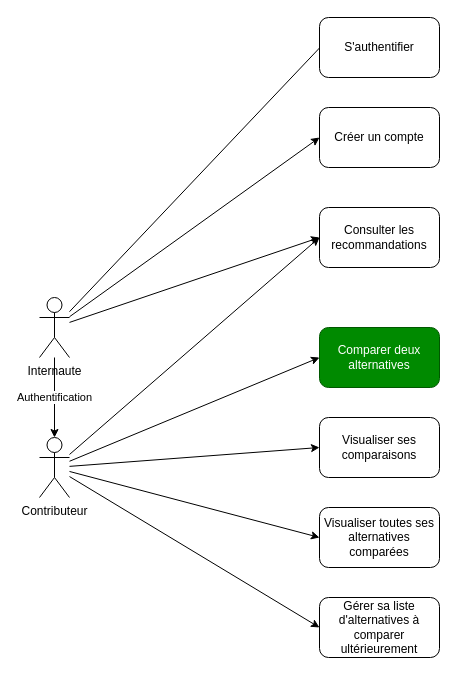
Before: usecase.drawio in cthiounn/ENSAE-stage2A-Tournesol, a draw.io diagram. Source tidied: cells renumbered, new cells numbered last; positions are measured from the earlier drawing's top-left corner, leaving out a move shared by most shapes. Both pictures are drawn from the tidied source at 100%, with x=0, y=0 at pixel (39, 17).
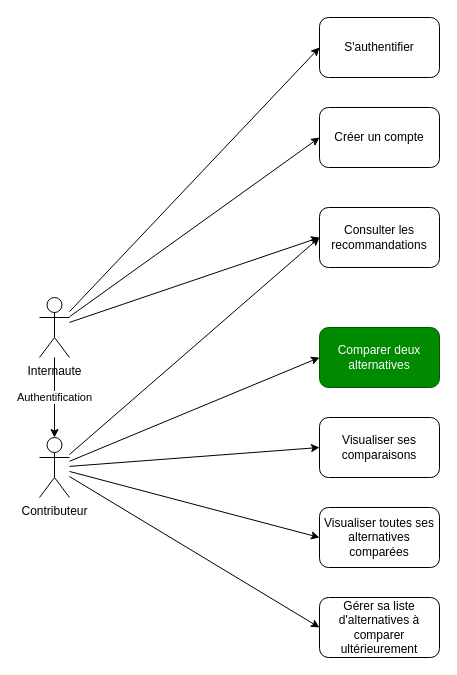
The same page after the edit.

Commit message (it also covers changes not shown here):
schema mermaid

Diff of the diagram source:
```diff
@@
 <mxGraphModel>
   <root>
     <mxCell id="0" />
     <mxCell id="1" parent="0" />
     <mxCell id="2" value="Consulter les recommandations" style="rounded=1;whiteSpace=wrap;html=1;" parent="1" vertex="1">
       <mxGeometry x="280" y="190" width="120" height="60" as="geometry" />
     </mxCell>
     <mxCell id="3" style="edgeStyle=none;html=1;entryX=0;entryY=0.5;entryDx=0;entryDy=0;" parent="1" edge="1" source="7" target="2">
       <mxGeometry relative="1" as="geometry" />
     </mxCell>
     <mxCell id="4" value="Authentification" style="edgeStyle=none;html=1;" parent="1" edge="1" source="7" target="13">
       <mxGeometry relative="1" as="geometry" />
     </mxCell>
     <mxCell id="5" style="edgeStyle=none;html=1;entryX=0;entryY=0.5;entryDx=0;entryDy=0;" parent="1" edge="1" source="7" target="18">
       <mxGeometry relative="1" as="geometry" />
     </mxCell>
-    <mxCell id="6" style="edgeStyle=none;html=1;entryX=0.083;entryY=0.333;entryDx=0;entryDy=0;entryPerimeter=0;" parent="1" edge="1" source="7" target="19">
+    <mxCell id="6" style="edgeStyle=none;html=1;entryX=0;entryY=0.5;entryDx=0;entryDy=0;" parent="1" edge="1" source="7" target="19">
       <mxGeometry relative="1" as="geometry" />
     </mxCell>
     <mxCell id="7" value="Internaute" style="shape=umlActor;verticalLabelPosition=bottom;verticalAlign=top;html=1;outlineConnect=0;" parent="1" vertex="1">
       <mxGeometry y="280" width="30" height="60" as="geometry" />
     </mxCell>
     <mxCell id="8" style="edgeStyle=none;html=1;entryX=0;entryY=0.5;entryDx=0;entryDy=0;" parent="1" edge="1" source="13" target="14">
       <mxGeometry relative="1" as="geometry" />
     </mxCell>
     <mxCell id="9" style="edgeStyle=none;html=1;entryX=0;entryY=0.5;entryDx=0;entryDy=0;" parent="1" edge="1" source="13" target="15">
       <mxGeometry relative="1" as="geometry" />
     </mxCell>
     <mxCell id="10" style="edgeStyle=none;html=1;entryX=0;entryY=0.5;entryDx=0;entryDy=0;" parent="1" edge="1" source="13" target="16">
       <mxGeometry relative="1" as="geometry" />
     </mxCell>
     <mxCell id="11" style="edgeStyle=none;html=1;entryX=0;entryY=0.5;entryDx=0;entryDy=0;" parent="1" edge="1" source="13" target="17">
       <mxGeometry relative="1" as="geometry" />
     </mxCell>
     <mxCell id="12" style="edgeStyle=none;html=1;entryX=0;entryY=0.5;entryDx=0;entryDy=0;" parent="1" edge="1" source="13" target="2">
       <mxGeometry relative="1" as="geometry" />
     </mxCell>
     <mxCell id="13" value="Contributeur" style="shape=umlActor;verticalLabelPosition=bottom;verticalAlign=top;html=1;outlineConnect=0;" parent="1" vertex="1">
       <mxGeometry y="420" width="30" height="60" as="geometry" />
     </mxCell>
     <mxCell id="14" value="Comparer deux alternatives" style="rounded=1;whiteSpace=wrap;html=1;fillColor=#008a00;fontColor=#ffffff;strokeColor=#005700;" parent="1" vertex="1">
       <mxGeometry x="280" y="310" width="120" height="60" as="geometry" />
     </mxCell>
     <mxCell id="15" value="Visualiser ses comparaisons" style="rounded=1;whiteSpace=wrap;html=1;" parent="1" vertex="1">
       <mxGeometry x="280" y="400" width="120" height="60" as="geometry" />
     </mxCell>
     <mxCell id="16" value="Visualiser toutes ses alternatives comparées" style="rounded=1;whiteSpace=wrap;html=1;" parent="1" vertex="1">
       <mxGeometry x="280" y="490" width="120" height="60" as="geometry" />
     </mxCell>
     <mxCell id="17" value="Gérer sa liste d'alternatives à comparer ultérieurement" style="rounded=1;whiteSpace=wrap;html=1;" parent="1" vertex="1">
       <mxGeometry x="280" y="580" width="120" height="60" as="geometry" />
     </mxCell>
     <mxCell id="18" value="Créer un compte" style="rounded=1;whiteSpace=wrap;html=1;" parent="1" vertex="1">
       <mxGeometry x="280" y="90" width="120" height="60" as="geometry" />
     </mxCell>
     <mxCell id="19" value="S'authentifier" style="rounded=1;whiteSpace=wrap;html=1;" parent="1" vertex="1">
       <mxGeometry x="280" width="120" height="60" as="geometry" />
     </mxCell>
   </root>
 </mxGraphModel>
```
